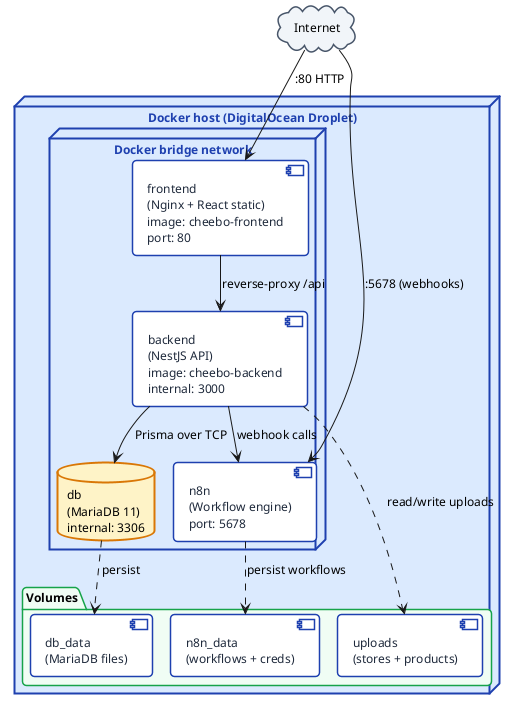
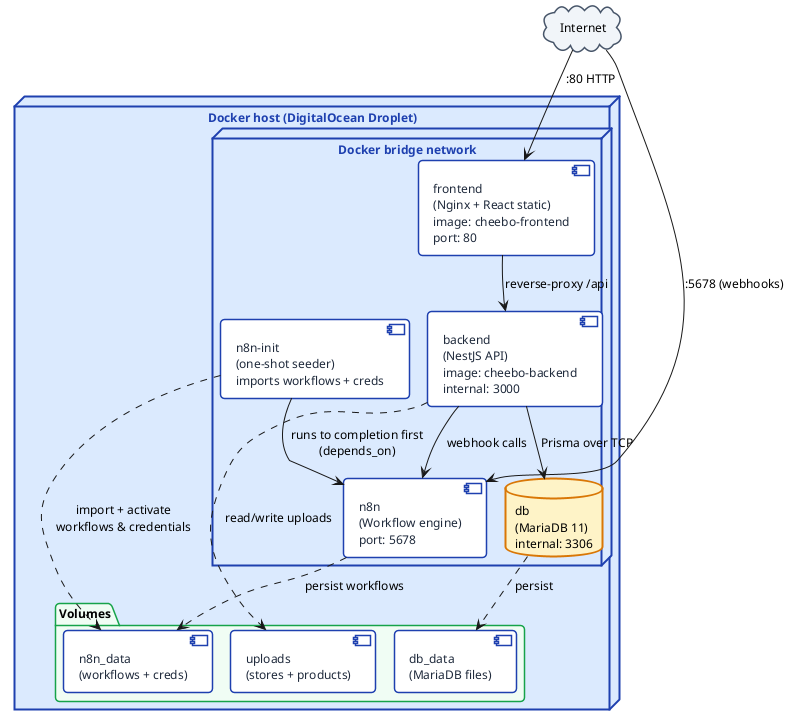
@startuml arch-docker
!pragma layout smetana

skinparam defaultFontName Helvetica
skinparam defaultFontSize 12
skinparam backgroundColor #FFFFFF
skinparam roundCorner 8

skinparam node {
  BackgroundColor #DBEAFE
  BorderColor #1E40AF
  BorderThickness 2
  FontStyle bold
  FontColor #1E40AF
}
skinparam component {
  BackgroundColor #FFFFFF
  BorderColor #1E40AF
  BorderThickness 1.5
  FontColor #1E293B
}
skinparam database {
  BackgroundColor #FEF3C7
  BorderColor #D97706
  BorderThickness 2
}
skinparam cloud {
  BackgroundColor #F1F5F9
  BorderColor #475569
  BorderThickness 1.5
}
skinparam folder {
  BackgroundColor #F0FDF4
  BorderColor #16A34A
  BorderThickness 1.5
}

cloud "Internet" as Net

node "Docker host (DigitalOcean Droplet)" as Host {

  node "Docker bridge network" as Bridge {

    component "frontend\n(Nginx + React static)\nimage: cheebo-frontend\nport: 80" as FE
    component "backend\n(NestJS API)\nimage: cheebo-backend\ninternal: 3000" as BE
    database "db\n(MariaDB 11)\ninternal: 3306" as DB
    component "n8n\n(Workflow engine)\nport: 5678" as N8N
+     component "n8n-init\n(one-shot seeder)\nimports workflows + creds" as N8NI

  }

  folder "Volumes" {
    [db_data\n(MariaDB files)]   as VolDB
    [uploads\n(stores + products)] as VolUp
    [n8n_data\n(workflows + creds)] as VolN8n
  }
}

Net --> FE  : :80 HTTP
Net --> N8N : :5678 (webhooks)

FE  --> BE  : reverse-proxy /api
BE  --> DB  : Prisma over TCP
BE  --> N8N : webhook calls

DB   ..> VolDB  : persist
BE   ..> VolUp  : read/write uploads
N8N  ..> VolN8n : persist workflows
+ N8NI ..> VolN8n : import + activate\nworkflows & credentials
+ N8NI --> N8N    : runs to completion first\n(depends_on)

@enduml
